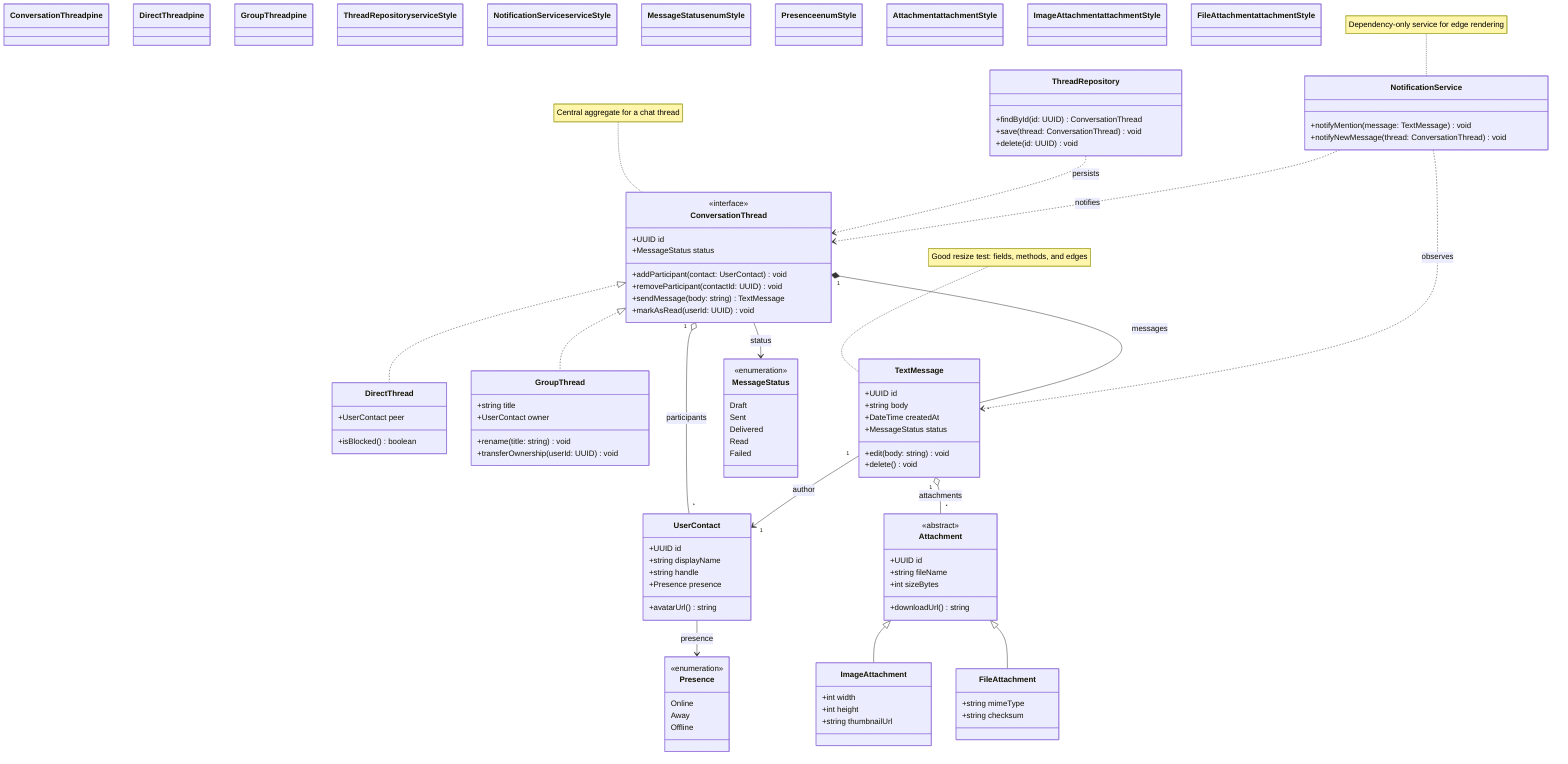
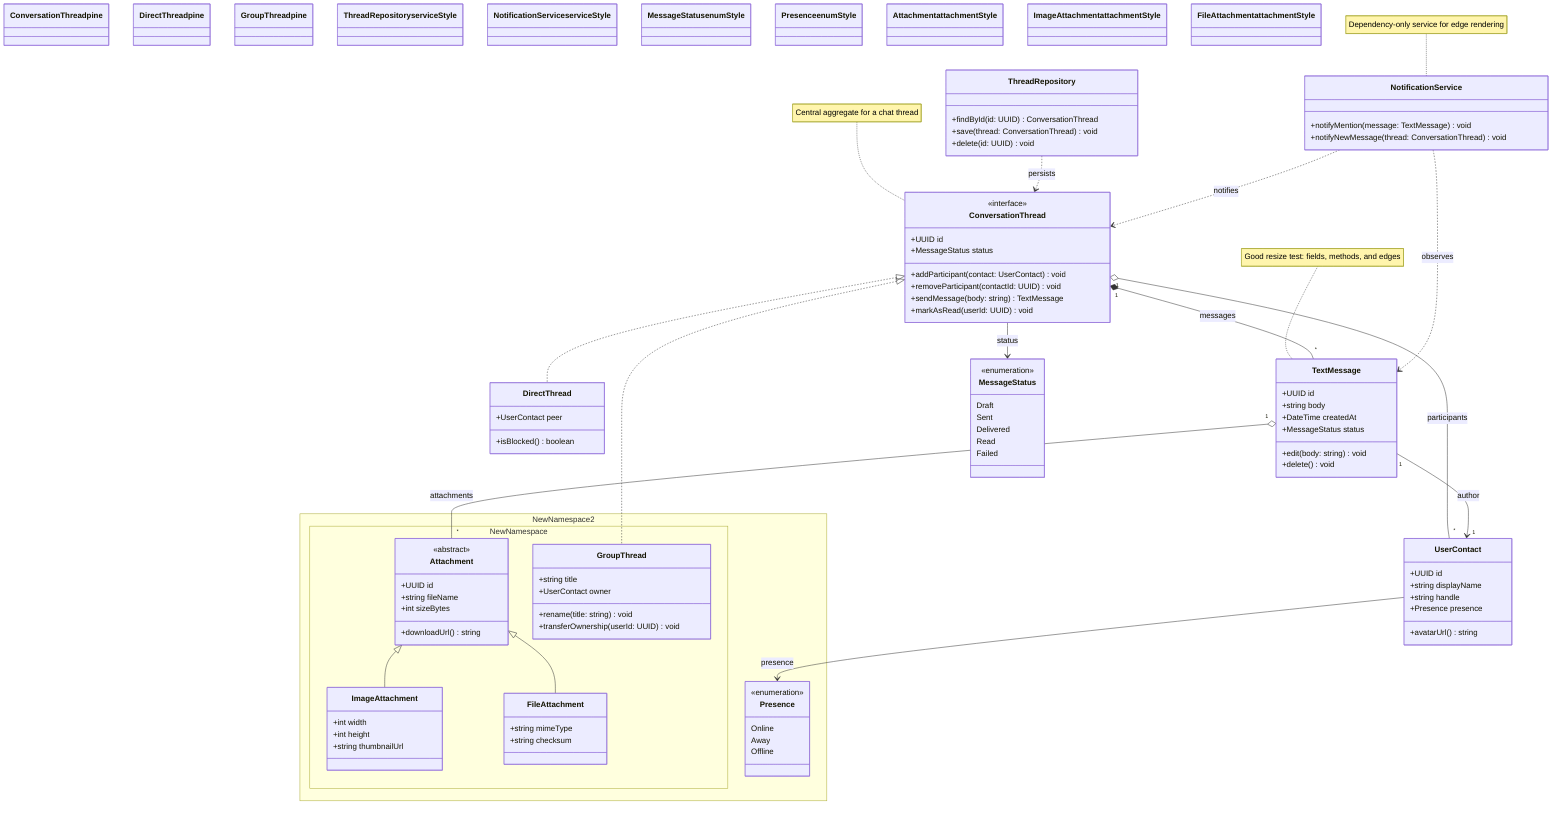
classDiagram
+ 
direction TB
+ 
+ namespace NewNamespace2 {
+   namespace NewNamespace {
+     class Attachment {
+       <<abstract>>
+       +UUID id
+       +string fileName
+       +int sizeBytes
+       +downloadUrl() string
+     }
+     class ImageAttachment {
+       +int width
+       +int height
+       +string thumbnailUrl
+     }
+     class FileAttachment {
+       +string mimeType
+       +string checksum
+     }
+     class GroupThread {
+       +string title
+       +UserContact owner
+       +rename(title: string) void
+       +transferOwnership(userId: UUID) void
+     }
+   }
+ 
+     class Presence {
+       <<enumeration>>
+       Online
+       Away
+       Offline
+     }
+ 
+ }
+ 
+ 

class ConversationThread {
  <<interface>>
  +UUID id
  +MessageStatus status
  +addParticipant(contact: UserContact) void
  +removeParticipant(contactId: UUID) void
  +sendMessage(body: string) TextMessage
  +markAsRead(userId: UUID) void
}

class DirectThread {
  +UserContact peer
  +isBlocked() boolean
}

- class GroupThread {
-   +string title
-   +UserContact owner
-   +rename(title: string) void
-   +transferOwnership(userId: UUID) void
- }

class UserContact {
  +UUID id
  +string displayName
  +string handle
  +Presence presence
  +avatarUrl() string
}

class TextMessage {
  +UUID id
  +string body
  +DateTime createdAt
  +MessageStatus status
  +edit(body: string) void
  +delete() void
}

- class Attachment {
-   <<abstract>>
-   +UUID id
-   +string fileName
-   +int sizeBytes
-   +downloadUrl() string
- }

- class ImageAttachment {
-   +int width
-   +int height
-   +string thumbnailUrl
- }

- class FileAttachment {
-   +string mimeType
-   +string checksum
- }

class MessageStatus {
  <<enumeration>>
  Draft
  Sent
  Delivered
  Read
  Failed
}

- class Presence {
-   <<enumeration>>
-   Online
-   Away
-   Offline
- }

class ThreadRepository {
  +findById(id: UUID) ConversationThread
  +save(thread: ConversationThread) void
  +delete(id: UUID) void
}

class NotificationService {
  +notifyMention(message: TextMessage) void
  +notifyNewMessage(thread: ConversationThread) void
}

ConversationThread <|.. DirectThread
ConversationThread <|.. GroupThread

ConversationThread "1" o-- "*" UserContact : participants
ConversationThread "1" *-- "*" TextMessage : messages
TextMessage "1" --> "1" UserContact : author
TextMessage "1" o-- "*" Attachment : attachments

Attachment <|-- ImageAttachment
Attachment <|-- FileAttachment

ConversationThread --> MessageStatus : status
UserContact --> Presence : presence
ThreadRepository ..> ConversationThread : persists
NotificationService ..> TextMessage : observes
NotificationService ..> ConversationThread : notifies
- %% @note: x=118 y=-32 w=180 h=96

+ %% @note: x=1070 y=291 w=180 h=64
note for ConversationThread "Central aggregate for a chat thread"
- %% @note: x=525 y=-81 w=180 h=96
+ %% @note: x=1207 y=468 w=180 h=64
+ note for TextMessage "Good resize test: fields, methods, and edges"

- note for TextMessage "Good resize test: fields, methods, and edges"
- %% @note: x=647 y=-180 w=180 h=96

+ %% @note: x=666 y=42 w=180 h=64
note for NotificationService "Dependency-only service for edge rendering"

classDef pine fill:#779c8c,stroke:#275340,color:#ffffff
classDef serviceStyle fill:#2f4f6f,stroke:#7fb3d5,color:#ffffff
classDef enumStyle fill:#3b3b3b,stroke:#8f8f8f,color:#ffffff
classDef attachmentStyle fill:#6f5a7f,stroke:#b79ad1,color:#ffffff

class ConversationThread pine
class DirectThread pine
class GroupThread pine
class ThreadRepository serviceStyle
class NotificationService serviceStyle
class MessageStatus enumStyle
class Presence enumStyle

class Attachment attachmentStyle
class ImageAttachment attachmentStyle
class FileAttachment attachmentStyle

- %% @spatial:ConversationThread x=401 y=354 w=408 h=202
- %% @spatial:DirectThread x=40 y=664 w=232 h=106
- %% @spatial:GroupThread x=322 y=640 w=368 h=154
- %% @spatial:UserContact x=613 y=878 w=224 h=178
- %% @spatial:TextMessage x=1028 y=616 w=264 h=202
- 
- %% @spatial:ImageAttachment x=927 y=1116 w=216 h=130
- 
- %% @spatial:MessageStatus x=750 y=628 w=160 h=178
- %% @spatial:Presence x=645 y=1116 w=160 h=130
- %% @spatial:ThreadRepository x=100 y=164 w=376 h=130
- %% @spatial:NotificationService x=526 y=176 w=420 h=106
- %% @spatial:FileAttachment x=1208 y=1135 w=184 h=131
- %% @spatial:Attachment x=1230 y=912 w=240 h=177
+ %% @spatial:ConversationThread x=946 y=589 w=408 h=223
+ %% @spatial:TextMessage x=1068 y=889 w=264 h=223
+ %% @spatial:NotificationService x=540 y=385 w=420 h=131
+ %% @spatial:UserContact x=738 y=900 w=224 h=200
+ %% @spatial:Attachment x=1030 y=1356 w=240 h=183
+ %% @spatial:DirectThread x=1434 y=885 w=232 h=131
+ %% @spatial:FileAttachment x=1058 y=1579 w=184 h=131
+ %% @spatial:GroupThread x=566 y=1356 w=368 h=177
+ %% @spatial:ImageAttachment x=1042 y=1767 w=216 h=154
+ %% @spatial:MessageStatus x=670 y=600 w=160 h=200
+ %% @spatial:Presence x=1370 y=1217 w=160 h=160
+ %% @spatial:ThreadRepository x=162 y=623 w=376 h=154











+ 
+ 
+ 
+ 
